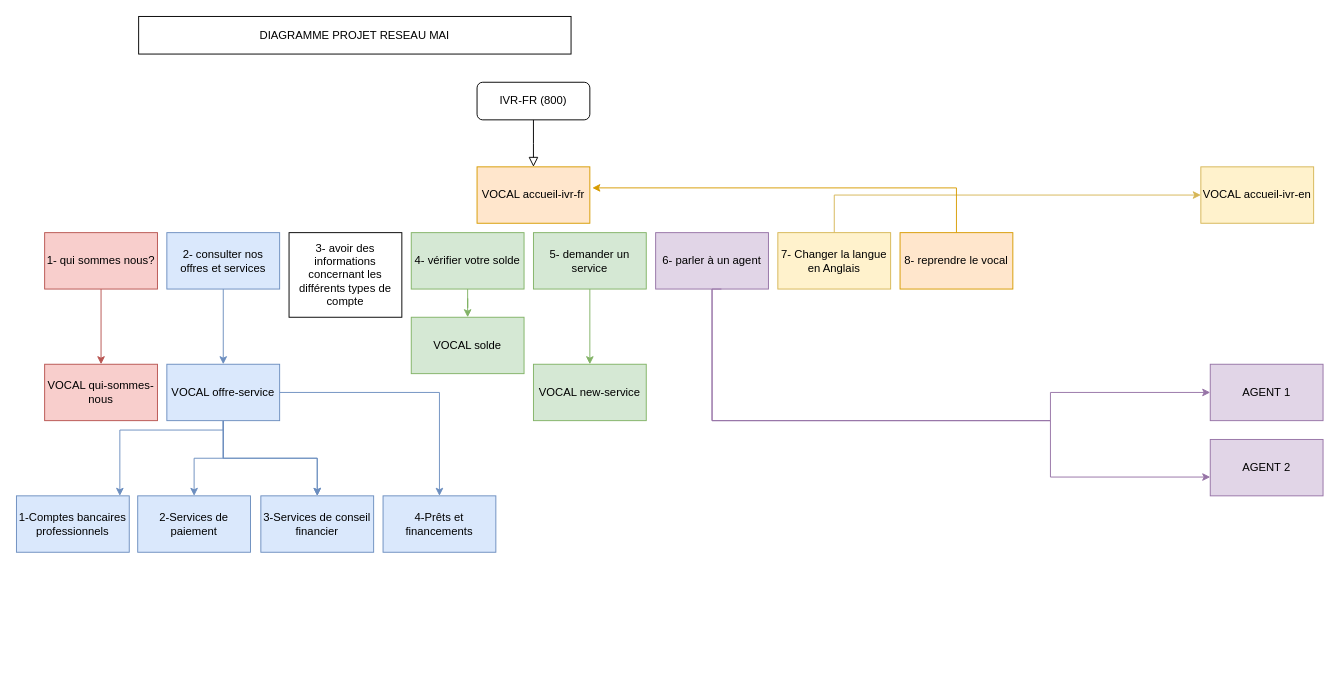
Above: Diagramme sans nom.drawio in Bfabien99/projet_reseau_mai (draw.io), before the change. Source tidied: cells renumbered, new cells numbered last; positions are measured from the earlier drawing's top-left corner, leaving out a move shared by most shapes. Both pictures are drawn from the tidied source at 94%, with x=0, y=0 at pixel (16, 16).
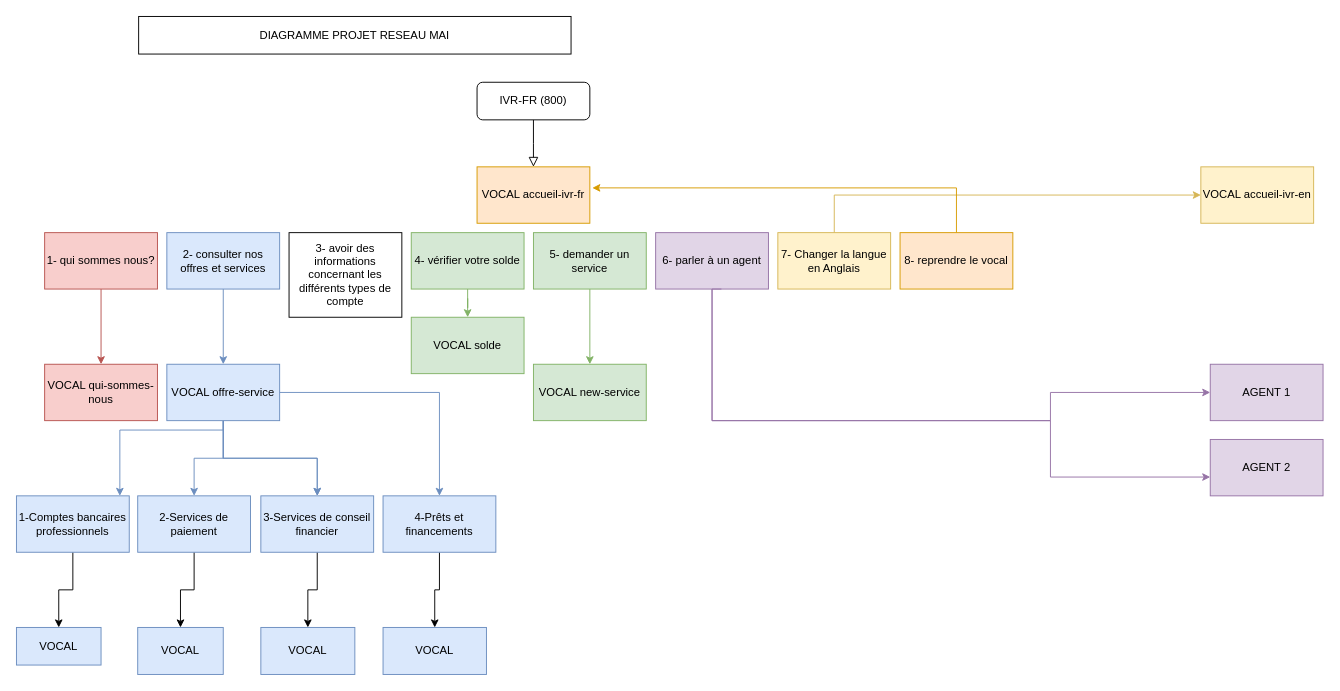
After the change.

Unchanged cells that the change refers to:
```xml
<mxCell id="33" value="1-Comptes bancaires professionnels" style="whiteSpace=wrap;html=1;rounded=0;fillColor=#dae8fc;strokeColor=#6c8ebf;" parent="1" vertex="1">
  <mxGeometry y="510" width="120" height="60" as="geometry" />
</mxCell>
<mxCell id="34" value="4-Prêts et financements" style="whiteSpace=wrap;html=1;rounded=0;fillColor=#dae8fc;strokeColor=#6c8ebf;" parent="1" vertex="1">
  <mxGeometry x="390" y="510" width="120" height="60" as="geometry" />
</mxCell>
<mxCell id="35" value="3-Services de conseil financier" style="whiteSpace=wrap;html=1;rounded=0;fillColor=#dae8fc;strokeColor=#6c8ebf;" parent="1" vertex="1">
  <mxGeometry x="260" y="510" width="120" height="60" as="geometry" />
</mxCell>
<mxCell id="36" value="2-Services de paiement" style="whiteSpace=wrap;html=1;rounded=0;fillColor=#dae8fc;strokeColor=#6c8ebf;" parent="1" vertex="1">
  <mxGeometry x="129" y="510" width="120" height="60" as="geometry" />
</mxCell>
```

Change to the diagram source:
```diff
@@
-    <mxCell id="21" value="VOCAL qui-sommes-nous" style="whiteSpace=wrap;html=1;rounded=0;fillColor=#f8cecc;strokeColor=#b85450;" parent="1" vertex="1">
+    <mxCell id="21" value="VOCAL qui-sommes-nous" style="whiteSpace=wrap;html=1;rounded=0;fillColor=#f8cecc;strokeColor=#b85450;imageAspect=1;" parent="1" vertex="1">
       <mxGeometry x="30" y="370" width="120" height="60" as="geometry" />
     </mxCell>
@@
-    <mxCell id="31" value="VOCAL offre-service" style="whiteSpace=wrap;html=1;rounded=0;fillColor=#dae8fc;strokeColor=#6c8ebf;" parent="1" vertex="1">
+    <mxCell id="31" value="VOCAL offre-service" style="whiteSpace=wrap;html=1;rounded=0;fillColor=#dae8fc;strokeColor=#6c8ebf;perimeter=ellipsePerimeter;" parent="1" vertex="1">
       <mxGeometry x="160" y="370" width="120" height="60" as="geometry" />
     </mxCell>
@@
+    <mxCell id="38" style="edgeStyle=orthogonalEdgeStyle;rounded=0;jettySize=auto;html=1;" parent="1" edge="1" source="33" target="42">
+      <mxGeometry relative="1" as="geometry" />
+    </mxCell>
@@
+    <mxCell id="39" style="edgeStyle=orthogonalEdgeStyle;rounded=0;jettySize=auto;html=1;" parent="1" edge="1" source="34" target="45">
+      <mxGeometry relative="1" as="geometry" />
+    </mxCell>
@@
+    <mxCell id="40" style="edgeStyle=orthogonalEdgeStyle;rounded=0;jettySize=auto;html=1;" parent="1" edge="1" source="35" target="44">
+      <mxGeometry relative="1" as="geometry" />
+    </mxCell>
@@
+    <mxCell id="41" style="edgeStyle=orthogonalEdgeStyle;rounded=0;jettySize=auto;html=1;" parent="1" edge="1" source="36" target="43">
+      <mxGeometry relative="1" as="geometry" />
+    </mxCell>
@@
+    <mxCell id="42" value="VOCAL" style="whiteSpace=wrap;html=1;fillColor=#dae8fc;strokeColor=#6c8ebf;rounded=0;" parent="1" vertex="1">
+      <mxGeometry y="650" width="90" height="40" as="geometry" />
+    </mxCell>
+    <mxCell id="43" value="VOCAL" style="whiteSpace=wrap;html=1;fillColor=#dae8fc;strokeColor=#6c8ebf;rounded=0;" parent="1" vertex="1">
+      <mxGeometry x="129" y="650" width="91" height="50" as="geometry" />
+    </mxCell>
+    <mxCell id="44" value="VOCAL" style="whiteSpace=wrap;html=1;fillColor=#dae8fc;strokeColor=#6c8ebf;rounded=0;" parent="1" vertex="1">
+      <mxGeometry x="260" y="650" width="100" height="50" as="geometry" />
+    </mxCell>
+    <mxCell id="45" value="VOCAL" style="whiteSpace=wrap;html=1;fillColor=#dae8fc;strokeColor=#6c8ebf;rounded=0;" parent="1" vertex="1">
+      <mxGeometry x="390" y="650" width="110" height="50" as="geometry" />
+    </mxCell>
```
